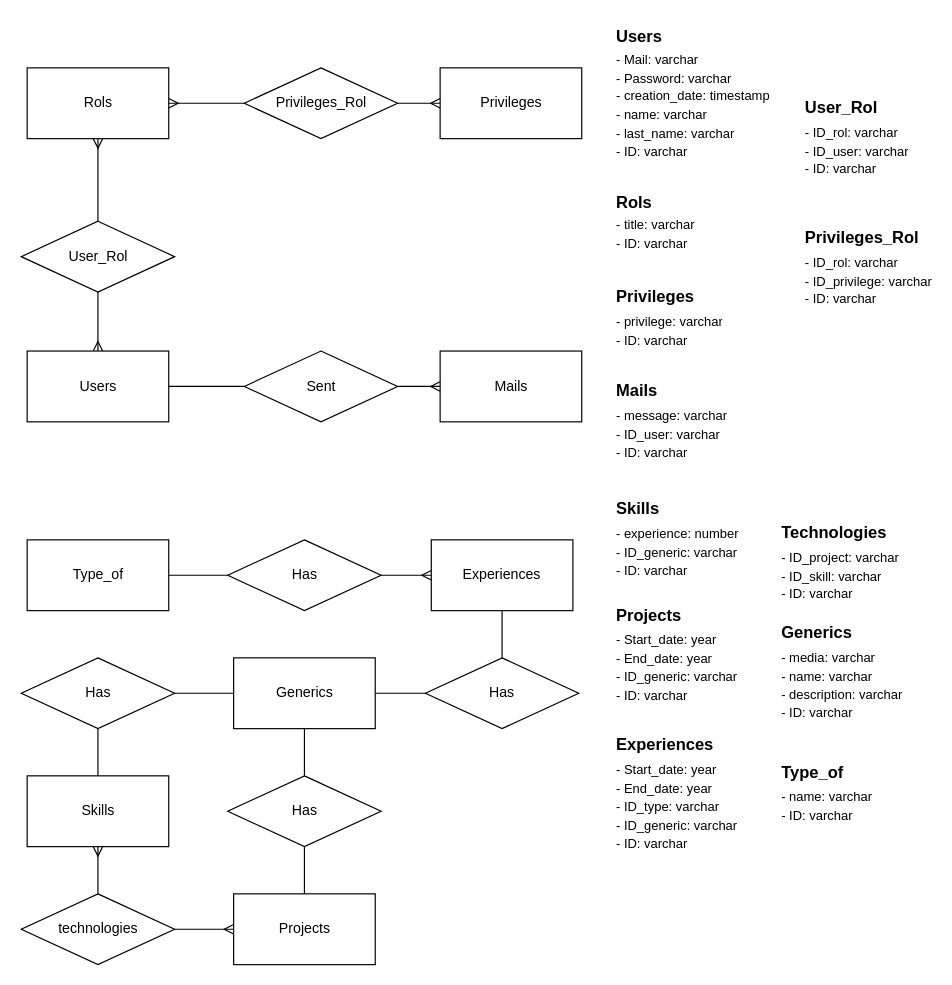
Earlier version of the draw.io diagram Mer && MR/Mer.drawio (YaelChar417/portfolio). Source tidied: cells renumbered, new cells numbered last; positions are measured from the earlier drawing's top-left corner, leaving out a move shared by most shapes. Both pictures are drawn from the tidied source at 118%, with x=0, y=0 at pixel (21, 20).
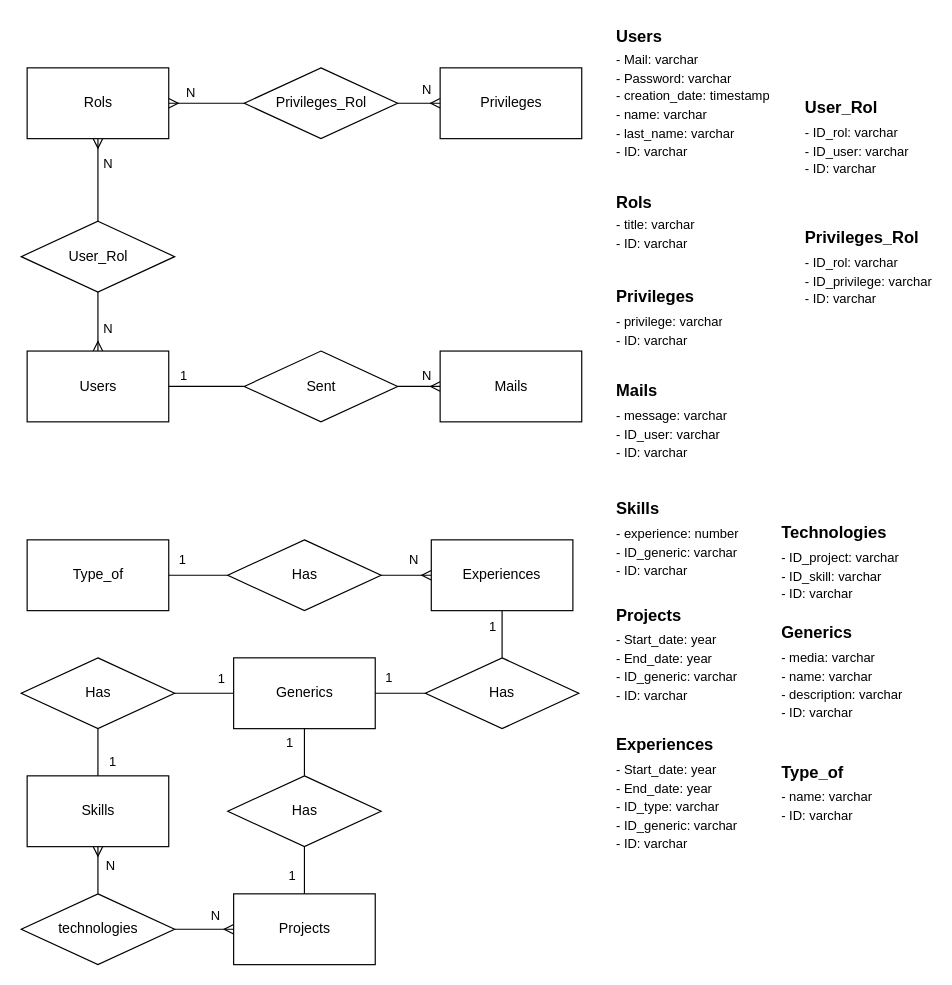
After the change.

Commit message (it also covers changes not shown here):
Update: cardinalidad agregada al diagrama MER

Unchanged cells that the change refers to:
```xml
<mxCell id="2" style="edgeStyle=orthogonalEdgeStyle;rounded=0;jettySize=auto;html=1;endArrow=ERmany;endFill=0;" parent="1" edge="1" source="4" target="7">
  <mxGeometry relative="1" as="geometry" />
</mxCell>
<mxCell id="3" style="edgeStyle=orthogonalEdgeStyle;rounded=0;jettySize=auto;html=1;endArrow=ERmany;endFill=0;" parent="1" edge="1" source="4" target="5">
  <mxGeometry relative="1" as="geometry" />
</mxCell>
<mxCell id="13" style="edgeStyle=orthogonalEdgeStyle;rounded=0;jettySize=auto;html=1;endArrow=ERmany;endFill=0;" parent="1" edge="1" source="15" target="7">
  <mxGeometry relative="1" as="geometry" />
</mxCell>
<mxCell id="14" style="edgeStyle=orthogonalEdgeStyle;rounded=0;jettySize=auto;html=1;endArrow=ERmany;endFill=0;" parent="1" edge="1" source="15" target="9">
  <mxGeometry relative="1" as="geometry" />
</mxCell>
<mxCell id="18" style="edgeStyle=orthogonalEdgeStyle;rounded=0;jettySize=auto;html=1;endArrow=none;startFill=0;" parent="1" edge="1" source="20" target="5">
  <mxGeometry relative="1" as="geometry" />
</mxCell>
<mxCell id="19" style="edgeStyle=orthogonalEdgeStyle;rounded=0;jettySize=auto;html=1;endArrow=ERmany;endFill=0;" parent="1" edge="1" source="20" target="16">
  <mxGeometry relative="1" as="geometry" />
</mxCell>
<mxCell id="25" style="edgeStyle=orthogonalEdgeStyle;rounded=0;jettySize=auto;html=1;endArrow=none;startFill=0;" parent="1" edge="1" source="27" target="21">
  <mxGeometry relative="1" as="geometry" />
</mxCell>
<mxCell id="26" style="edgeStyle=orthogonalEdgeStyle;rounded=0;jettySize=auto;html=1;endArrow=none;startFill=0;" parent="1" edge="1" source="27" target="23">
  <mxGeometry relative="1" as="geometry" />
</mxCell>
<mxCell id="28" style="edgeStyle=orthogonalEdgeStyle;rounded=0;jettySize=auto;html=1;endArrow=none;startFill=0;" parent="1" edge="1" source="30" target="21">
  <mxGeometry relative="1" as="geometry" />
</mxCell>
<mxCell id="29" style="edgeStyle=orthogonalEdgeStyle;rounded=0;jettySize=auto;html=1;endArrow=none;startFill=0;" parent="1" edge="1" source="30" target="31">
  <mxGeometry relative="1" as="geometry" />
</mxCell>
<mxCell id="34" style="edgeStyle=orthogonalEdgeStyle;rounded=0;jettySize=auto;html=1;endArrow=none;startFill=0;" parent="1" edge="1" source="36" target="33">
  <mxGeometry relative="1" as="geometry" />
</mxCell>
<mxCell id="35" style="edgeStyle=orthogonalEdgeStyle;rounded=0;jettySize=auto;html=1;endArrow=none;startFill=0;" parent="1" edge="1" source="36" target="21">
  <mxGeometry relative="1" as="geometry" />
</mxCell>
<mxCell id="38" style="edgeStyle=orthogonalEdgeStyle;rounded=0;jettySize=auto;html=1;endArrow=none;startFill=0;" parent="1" edge="1" source="40" target="41">
  <mxGeometry relative="1" as="geometry" />
</mxCell>
<mxCell id="39" style="edgeStyle=orthogonalEdgeStyle;rounded=0;jettySize=auto;html=1;endArrow=ERmany;startFill=0;endFill=0;" parent="1" edge="1" source="40" target="31">
  <mxGeometry relative="1" as="geometry" />
</mxCell>
<mxCell id="43" style="edgeStyle=orthogonalEdgeStyle;rounded=0;jettySize=auto;html=1;endArrow=ERmany;startFill=0;endFill=0;" parent="1" edge="1" source="45" target="33">
  <mxGeometry relative="1" as="geometry" />
</mxCell>
<mxCell id="44" style="edgeStyle=orthogonalEdgeStyle;rounded=0;jettySize=auto;html=1;endArrow=ERmany;startFill=0;endFill=0;" parent="1" edge="1" source="45" target="23">
  <mxGeometry relative="1" as="geometry" />
</mxCell>
```

The edit, as a diff of the source:
```diff
@@
+    <mxCell id="47" value="N" style="edgeLabel;html=1;align=center;verticalAlign=middle;" parent="2" vertex="1">
+      <mxGeometry x="0.03" y="-1" relative="1" as="geometry">
+        <mxPoint x="7" y="-14" as="offset" />
+      </mxGeometry>
+    </mxCell>
@@
+    <mxCell id="48" value="N" style="edgeLabel;html=1;align=center;verticalAlign=middle;" parent="3" vertex="1">
+      <mxGeometry x="0.12" y="2" relative="1" as="geometry">
+        <mxPoint x="6" y="2" as="offset" />
+      </mxGeometry>
+    </mxCell>
@@
+    <mxCell id="49" value="N" style="edgeLabel;html=1;align=center;verticalAlign=middle;" parent="13" vertex="1">
+      <mxGeometry x="0.61" y="-3" relative="1" as="geometry">
+        <mxPoint x="6" y="-7" as="offset" />
+      </mxGeometry>
+    </mxCell>
@@
+    <mxCell id="50" value="N" style="edgeLabel;html=1;align=center;verticalAlign=middle;" parent="14" vertex="1">
+      <mxGeometry x="-0.48" y="3" relative="1" as="geometry">
+        <mxPoint x="13" y="-9" as="offset" />
+      </mxGeometry>
+    </mxCell>
@@
+    <mxCell id="51" value="1" style="edgeLabel;html=1;align=center;verticalAlign=middle;" parent="18" vertex="1">
+      <mxGeometry x="0.67" y="-2" relative="1" as="geometry">
+        <mxPoint x="1" y="-8" as="offset" />
+      </mxGeometry>
+    </mxCell>
@@
+    <mxCell id="52" value="N" style="edgeLabel;html=1;align=center;verticalAlign=middle;" parent="19" vertex="1">
+      <mxGeometry x="0.34" relative="1" as="geometry">
+        <mxPoint x="3" y="-10" as="offset" />
+      </mxGeometry>
+    </mxCell>
@@
+    <mxCell id="53" value="1" style="edgeLabel;html=1;align=center;verticalAlign=middle;" parent="25" vertex="1">
+      <mxGeometry x="0.54" relative="1" as="geometry">
+        <mxPoint y="-13" as="offset" />
+      </mxGeometry>
+    </mxCell>
@@
+    <mxCell id="54" value="1" style="edgeLabel;html=1;align=center;verticalAlign=middle;" parent="26" vertex="1">
+      <mxGeometry x="0.35" y="-1" relative="1" as="geometry">
+        <mxPoint x="13" as="offset" />
+      </mxGeometry>
+    </mxCell>
@@
+    <mxCell id="55" value="1" style="edgeLabel;html=1;align=center;verticalAlign=middle;" parent="28" vertex="1">
+      <mxGeometry x="0.22" y="-3" relative="1" as="geometry">
+        <mxPoint x="-6" y="-11" as="offset" />
+      </mxGeometry>
+    </mxCell>
@@
+    <mxCell id="56" value="1" style="edgeLabel;html=1;align=center;verticalAlign=middle;" parent="29" vertex="1">
+      <mxGeometry x="0.1" y="-2" relative="1" as="geometry">
+        <mxPoint x="-11" y="-5" as="offset" />
+      </mxGeometry>
+    </mxCell>
@@
+    <mxCell id="57" value="1" style="edgeLabel;html=1;align=center;verticalAlign=middle;" parent="34" vertex="1">
+      <mxGeometry x="0.15" y="2" relative="1" as="geometry">
+        <mxPoint x="-13" y="1" as="offset" />
+      </mxGeometry>
+    </mxCell>
@@
+    <mxCell id="58" value="1" style="edgeLabel;html=1;align=center;verticalAlign=middle;" parent="35" vertex="1">
+      <mxGeometry x="0.45" relative="1" as="geometry">
+        <mxPoint x="-13" as="offset" />
+      </mxGeometry>
+    </mxCell>
@@
+    <mxCell id="59" value="1" style="edgeLabel;html=1;align=center;verticalAlign=middle;" parent="38" vertex="1">
+      <mxGeometry x="0.5" y="-4" relative="1" as="geometry">
+        <mxPoint x="-1" y="-10" as="offset" />
+      </mxGeometry>
+    </mxCell>
@@
+    <mxCell id="60" value="N" style="edgeLabel;html=1;align=center;verticalAlign=middle;" parent="39" vertex="1">
+      <mxGeometry x="0.25" relative="1" as="geometry">
+        <mxPoint y="-14" as="offset" />
+      </mxGeometry>
+    </mxCell>
@@
+    <mxCell id="61" value="N" style="edgeLabel;html=1;align=center;verticalAlign=middle;" parent="43" vertex="1">
+      <mxGeometry x="0.34" relative="1" as="geometry">
+        <mxPoint y="-12" as="offset" />
+      </mxGeometry>
+    </mxCell>
@@
+    <mxCell id="62" value="N" style="edgeLabel;html=1;align=center;verticalAlign=middle;" parent="44" vertex="1">
+      <mxGeometry x="0.1" y="1" relative="1" as="geometry">
+        <mxPoint x="11" y="-3" as="offset" />
+      </mxGeometry>
+    </mxCell>
```
